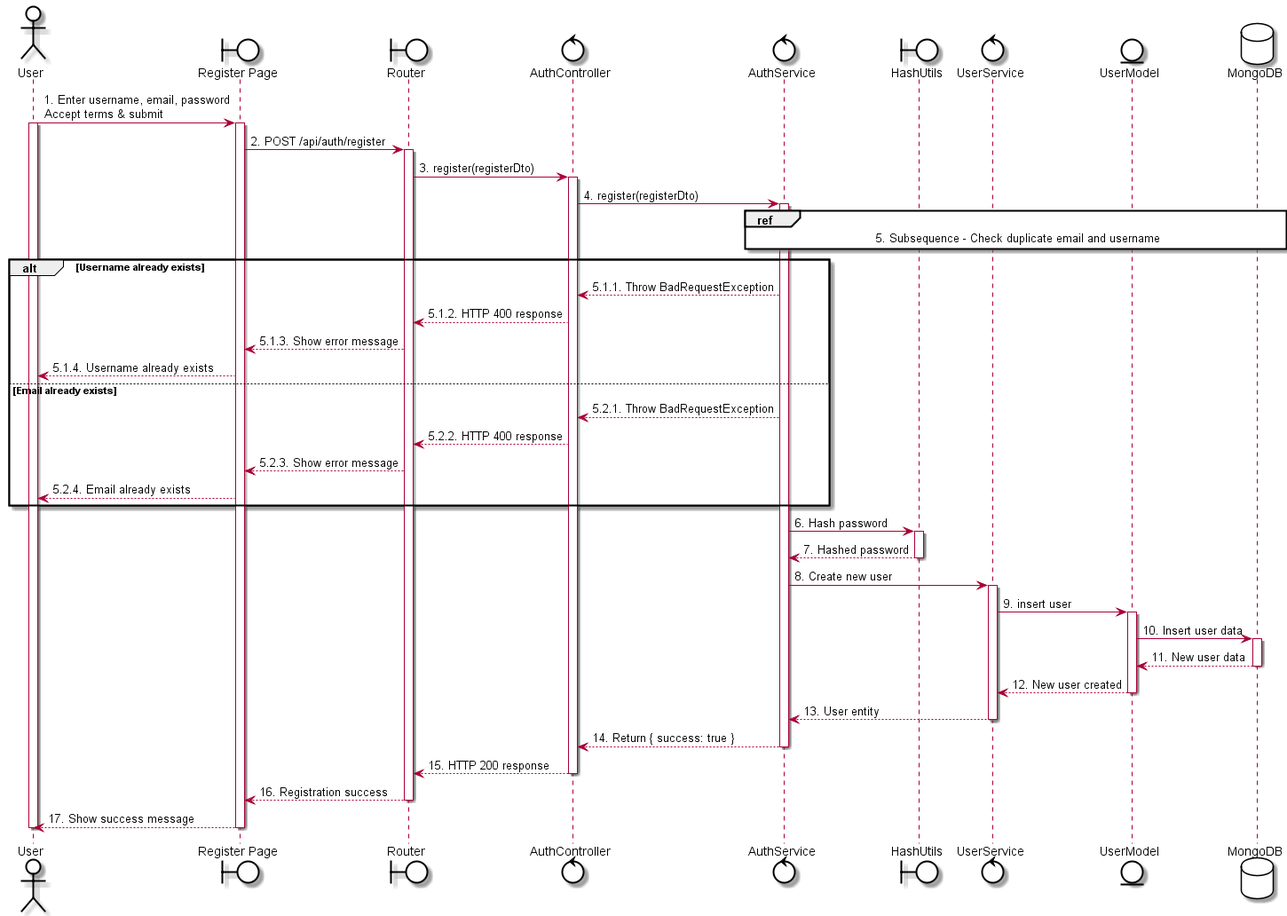
Above: out/uc1 - Email Register/uc1 - Email Register.png in LGK1412/sequence_sep490_01 (PlantUML), before the change. Source of this version:
```plantuml
@startuml
skinparam {
    ActorBackgroundColor #FFFFFF
    BoundaryBackgroundColor #FFFFFF
    ControlBackgroundColor #FFFFFF
    EntityBackgroundColor #FFFFFF
    DatabaseBackgroundColor #FFFFFF

    ActorBorderColor black
    BoundaryBorderColor black
    ControlBorderColor black
    EntityBorderColor black
    DatabaseBorderColor black
}

actor User
boundary "Register Page" as UI
boundary Router
control AuthController
control AuthService
boundary HashUtils
control UserService
entity UserModel
database MongoDB

User -> UI: 1. Enter username, email, password\nAccept terms & submit
activate User
activate UI

UI -> Router: 2. POST /api/auth/register
activate Router

Router -> AuthController: 3. register(registerDto)
activate AuthController

AuthController -> AuthService: 4. register(registerDto)
activate AuthService

ref over AuthService, UserService, UserModel, MongoDB
    5. Subsequence - Check duplicate email and username
end ref

alt Username already exists
    AuthService --> AuthController: 5.1.1. Throw BadRequestException
    AuthController --> Router: 5.1.2. HTTP 400 response
    Router --> UI: 5.1.3. Show error message
    UI --> User: 5.1.4. Username already exists
else Email already exists
    AuthService --> AuthController: 5.2.1. Throw BadRequestException
    AuthController --> Router: 5.2.2. HTTP 400 response
    Router --> UI: 5.2.3. Show error message
    UI --> User: 5.2.4. Email already exists
end

AuthService -> HashUtils: 6. Hash password
activate HashUtils
HashUtils --> AuthService: 7. Hashed password
deactivate HashUtils

AuthService -> UserService: 8. Create new user

activate UserService
UserService -> UserModel: 9. insert user
activate UserModel
UserModel -> MongoDB: 10. Insert user data
activate MongoDB
MongoDB --> UserModel: 11. New user data
deactivate MongoDB
UserModel --> UserService: 12. New user created
deactivate UserModel

UserService --> AuthService: 13. User entity
deactivate UserService

AuthService --> AuthController: 14. Return { success: true }
deactivate AuthService

AuthController --> Router: 15. HTTP 200 response
deactivate AuthController

Router --> UI: 16. Registration success
deactivate Router
UI --> User: 17. Show success message
deactivate UI
deactivate User
@enduml
```
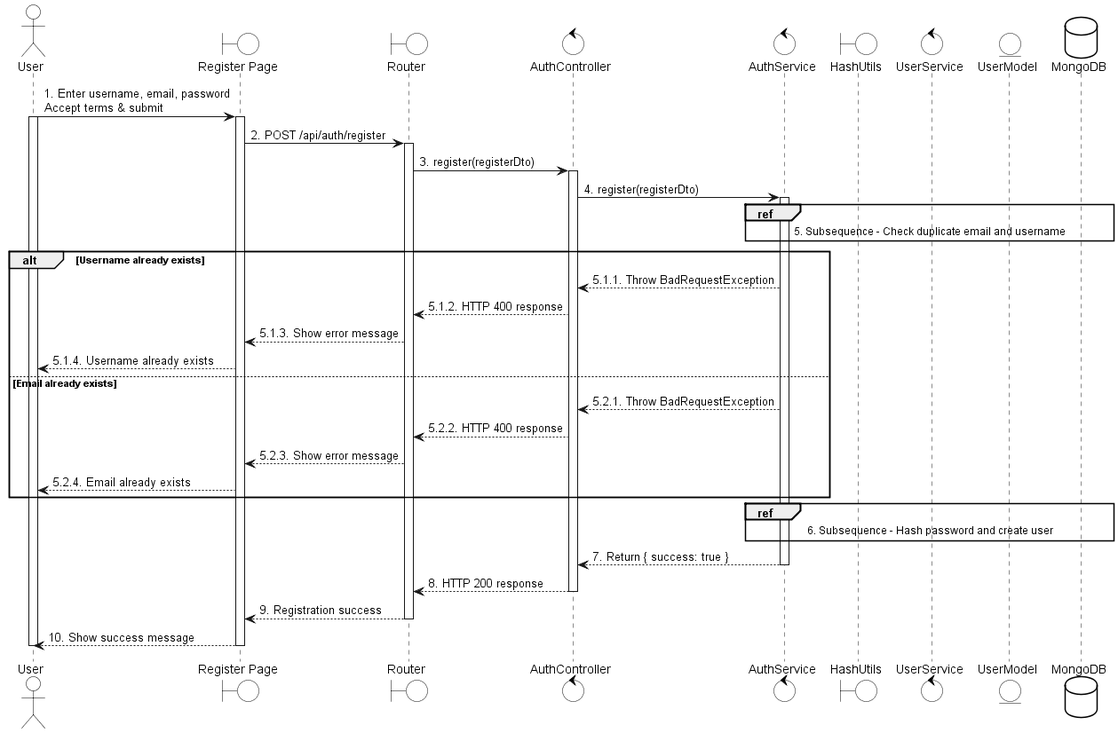
After the commit.

Change to the diagram source:
```diff
@@ -52,35 +52,19 @@
     UI --> User: 5.2.4. Email already exists
 end
 
-AuthService -> HashUtils: 6. Hash password
-activate HashUtils
-HashUtils --> AuthService: 7. Hashed password
-deactivate HashUtils
+ref over AuthService, UserService, UserModel, MongoDB
+    6. Subsequence - Hash password and create user
+end ref
 
-AuthService -> UserService: 8. Create new user
-
-activate UserService
-UserService -> UserModel: 9. insert user
-activate UserModel
-UserModel -> MongoDB: 10. Insert user data
-activate MongoDB
-MongoDB --> UserModel: 11. New user data
-deactivate MongoDB
-UserModel --> UserService: 12. New user created
-deactivate UserModel
-
-UserService --> AuthService: 13. User entity
-deactivate UserService
-
-AuthService --> AuthController: 14. Return { success: true }
+AuthService --> AuthController: 7. Return { success: true }
 deactivate AuthService
 
-AuthController --> Router: 15. HTTP 200 response
+AuthController --> Router: 8. HTTP 200 response
 deactivate AuthController
 
-Router --> UI: 16. Registration success
+Router --> UI: 9. Registration success
 deactivate Router
-UI --> User: 17. Show success message
+UI --> User: 10. Show success message
 deactivate UI
 deactivate User
 @enduml
```
